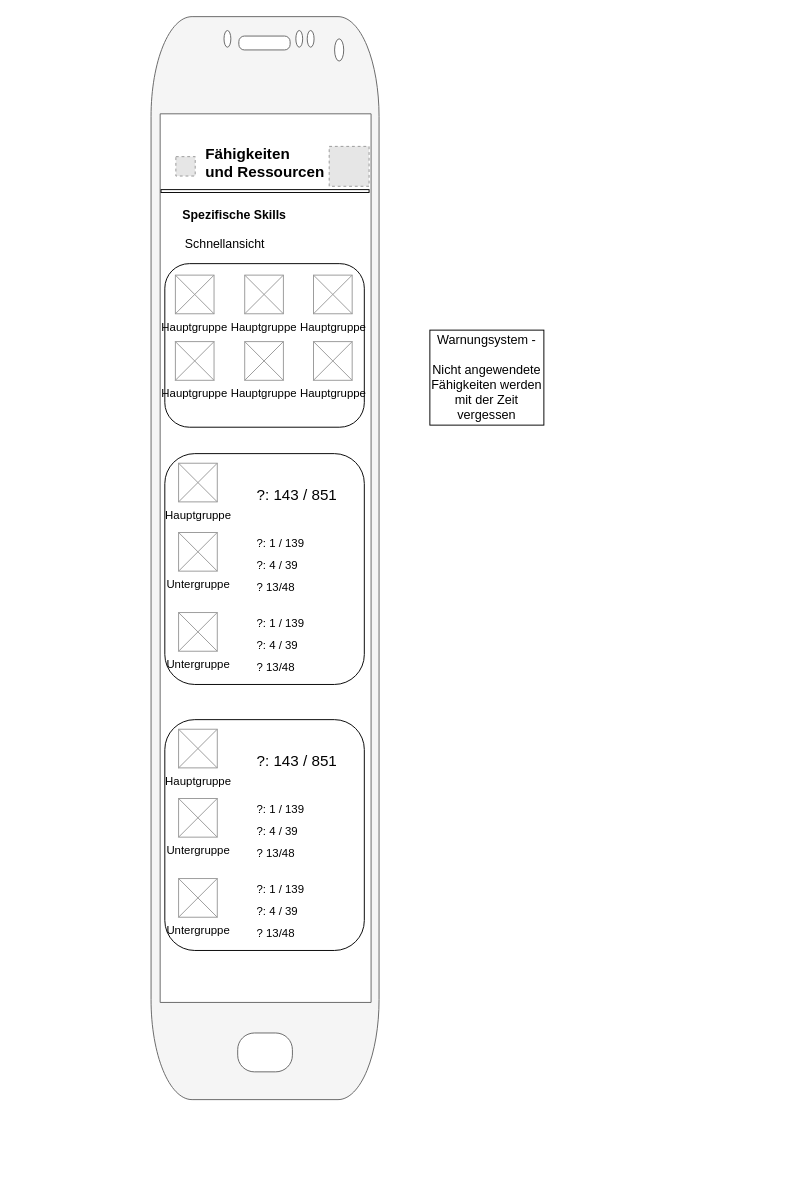
Earlier version of the draw.io diagram Projektplanung/2. Wireframes/5.5.2. Fähigkeiten und Ressourcen - Spezifische Skills.drawio (einholzstuhl/einholzstuhl-Assistant). Source tidied: cells renumbered, new cells numbered last; positions are measured from the earlier drawing's top-left corner, leaving out a move shared by most shapes. Both pictures are drawn from the tidied source at 95%, with x=0, y=0 at pixel (150, 16). Pictures stored in the file or linked from it are replaced by grey dashed boxes.
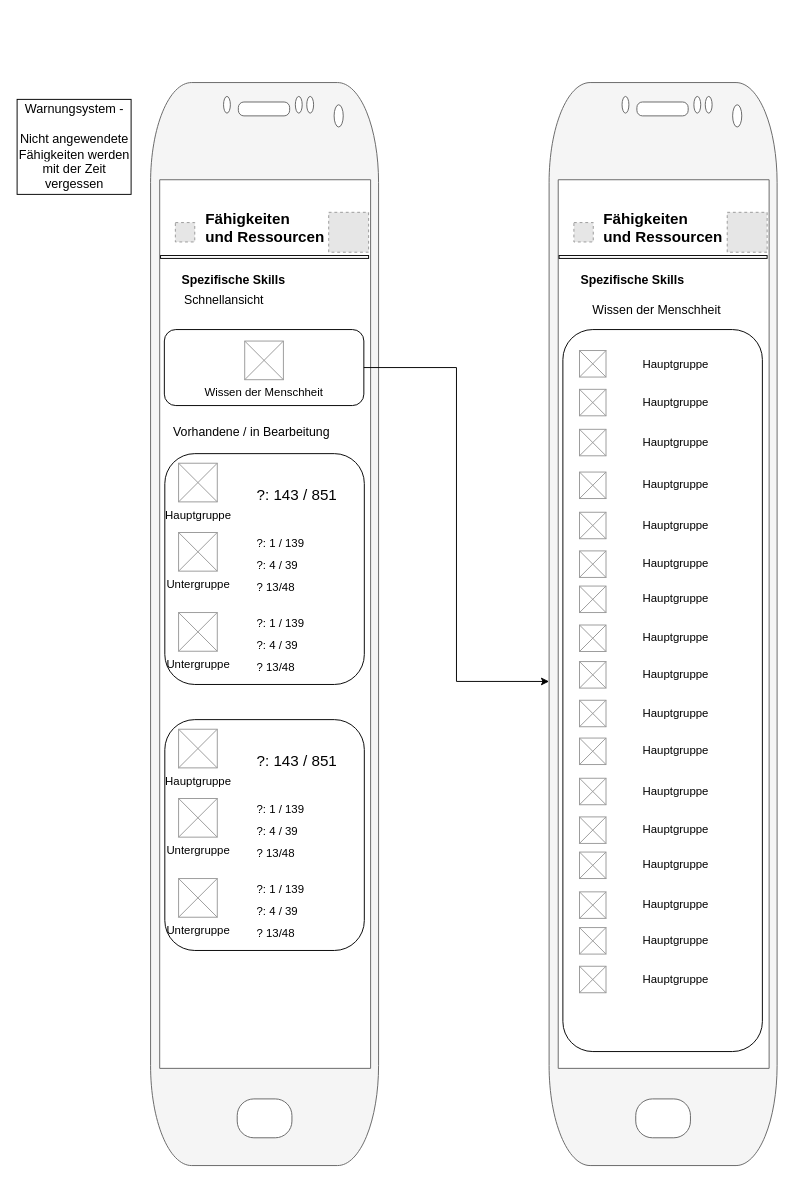
The same page after the edit.

Change to the diagram source:
```diff
@@
     <mxCell id="3" value="&lt;font style=&quot;font-size: 13px&quot; color=&quot;#000000&quot;&gt;Spezifische Skills&lt;/font&gt;" style="text;html=1;strokeColor=none;fillColor=none;align=center;verticalAlign=middle;whiteSpace=wrap;rounded=0;shadow=0;comic=0;fontSize=13;fontColor=#737373;fontStyle=1;" parent="1" vertex="1">
-      <mxGeometry x="26.6" y="199.1" width="123.4" height="17.9" as="geometry" />
+      <mxGeometry x="26.1" y="268.5" width="123.4" height="17.9" as="geometry" />
     </mxCell>
@@
     <mxCell id="5" style="verticalLabelPosition=bottom;verticalAlign=top;html=1;shadow=0;dashed=0;strokeWidth=1;shape=mxgraph.android.phone2;strokeColor=#666666;fillColor=#f5f5f5;fontColor=#333333;" parent="1" vertex="1">
-      <mxGeometry x="0.5" width="240" height="1140" as="geometry" />
+      <mxGeometry y="69.4" width="240" height="1140" as="geometry" />
     </mxCell>
     <mxCell id="6" style="fillColor=#E6E6E6;strokeColor=#999999;dashed=1;html=1;verticalAlign=top;verticalLabelPosition=bottom;labelBackgroundColor=#ffffff;" parent="1" vertex="1">
-      <mxGeometry x="26.6" y="147.4" width="20.4" height="20.4" as="geometry" />
+      <mxGeometry x="26.1" y="216.8" width="20.4" height="20.4" as="geometry" />
     </mxCell>
     <mxCell id="7" value="&lt;b style=&quot;text-align: center&quot;&gt;&lt;font style=&quot;font-size: 16px&quot;&gt;Fähigkeiten&amp;nbsp;&lt;br&gt;und Ressourcen&lt;/font&gt;&lt;/b&gt;" style="text;html=1;" parent="1" vertex="1">
-      <mxGeometry x="56.3" y="127.7" width="127.4" height="40" as="geometry" />
+      <mxGeometry x="55.8" y="197.1" width="127.4" height="40" as="geometry" />
     </mxCell>
     <mxCell id="8" style="rounded=0;whiteSpace=wrap;html=1;fillColor=#FFFFFF;" parent="1" vertex="1">
-      <mxGeometry x="11" y="182.1" width="219" height="3" as="geometry" />
+      <mxGeometry x="10.5" y="251.5" width="219" height="3" as="geometry" />
     </mxCell>
@@
     <mxCell id="10" style="fillColor=#E6E6E6;strokeColor=#999999;dashed=1;html=1;verticalAlign=top;verticalLabelPosition=bottom;labelBackgroundColor=#ffffff;" parent="1" vertex="1">
-      <mxGeometry x="188" y="136.6" width="42" height="42" as="geometry" />
+      <mxGeometry x="187.5" y="206" width="42" height="42" as="geometry" />
     </mxCell>
@@
+    <mxCell id="31" style="edgeStyle=orthogonalEdgeStyle;rounded=0;jettySize=auto;html=1;entryX=0;entryY=0.553;entryDx=0;entryDy=0;entryPerimeter=0;" parent="1" edge="1" source="14" target="33">
+      <mxGeometry relative="1" as="geometry" />
+    </mxCell>
     <mxCell id="14" style="rounded=1;whiteSpace=wrap;html=1;fillColor=none;" parent="1" vertex="1">
-      <mxGeometry x="15" y="260" width="210" height="172.2" as="geometry" />
+      <mxGeometry x="14.5" y="329.4" width="210" height="80" as="geometry" />
     </mxCell>
-    <mxCell id="15" value="Hauptgruppe" style="verticalLabelPosition=bottom;shadow=0;dashed=0;align=center;html=1;verticalAlign=top;strokeWidth=1;shape=mxgraph.mockup.graphics.simpleIcon;strokeColor=#999999;fillColor=#FFFFFF;fontSize=12;" parent="1" vertex="1">
-      <mxGeometry x="26.1" y="272.1" width="40.7" height="40.7" as="geometry" />
-    </mxCell>
-    <mxCell id="16" value="Hauptgruppe" style="verticalLabelPosition=bottom;shadow=0;dashed=0;align=center;html=1;verticalAlign=top;strokeWidth=1;shape=mxgraph.mockup.graphics.simpleIcon;strokeColor=#999999;fillColor=#FFFFFF;fontSize=12;" parent="1" vertex="1">
-      <mxGeometry x="99.1" y="272.1" width="40.7" height="40.7" as="geometry" />
+    <mxCell id="16" value="Wissen der Menschheit" style="verticalLabelPosition=bottom;shadow=0;dashed=0;align=center;html=1;verticalAlign=top;strokeWidth=1;shape=mxgraph.mockup.graphics.simpleIcon;strokeColor=#999999;fillColor=#FFFFFF;fontSize=12;" parent="1" vertex="1">
+      <mxGeometry x="99.1" y="341.5" width="40.7" height="40.7" as="geometry" />
     </mxCell>
-    <mxCell id="17" value="Hauptgruppe" style="verticalLabelPosition=bottom;shadow=0;dashed=0;align=center;html=1;verticalAlign=top;strokeWidth=1;shape=mxgraph.mockup.graphics.simpleIcon;strokeColor=#999999;fillColor=#FFFFFF;fontSize=12;" parent="1" vertex="1">
-      <mxGeometry x="171.5" y="272.1" width="40.7" height="40.7" as="geometry" />
-    </mxCell>
-    <mxCell id="18" value="Hauptgruppe" style="verticalLabelPosition=bottom;shadow=0;dashed=0;align=center;html=1;verticalAlign=top;strokeWidth=1;shape=mxgraph.mockup.graphics.simpleIcon;strokeColor=#999999;fillColor=#FFFFFF;fontSize=12;" parent="1" vertex="1">
-      <mxGeometry x="26.1" y="342.1" width="40.7" height="40.7" as="geometry" />
-    </mxCell>
-    <mxCell id="19" value="Hauptgruppe" style="verticalLabelPosition=bottom;shadow=0;dashed=0;align=center;html=1;verticalAlign=top;strokeWidth=1;shape=mxgraph.mockup.graphics.simpleIcon;strokeColor=#999999;fillColor=#FFFFFF;fontSize=12;" parent="1" vertex="1">
-      <mxGeometry x="99.1" y="342.1" width="40.7" height="40.7" as="geometry" />
-    </mxCell>
-    <mxCell id="20" value="Hauptgruppe" style="verticalLabelPosition=bottom;shadow=0;dashed=0;align=center;html=1;verticalAlign=top;strokeWidth=1;shape=mxgraph.mockup.graphics.simpleIcon;strokeColor=#999999;fillColor=#FFFFFF;fontSize=12;" parent="1" vertex="1">
-      <mxGeometry x="171.5" y="342.1" width="40.7" height="40.7" as="geometry" />
-    </mxCell>
     <mxCell id="21" value="&lt;font style=&quot;font-size: 13px ; font-weight: normal&quot; color=&quot;#000000&quot;&gt;Schnellansicht&lt;/font&gt;" style="text;html=1;strokeColor=none;fillColor=none;align=center;verticalAlign=middle;whiteSpace=wrap;rounded=0;shadow=0;comic=0;fontSize=13;fontColor=#737373;fontStyle=1;" parent="1" vertex="1">
-      <mxGeometry x="26.6" y="230" width="103.4" height="17.9" as="geometry" />
+      <mxGeometry x="26.1" y="289.4" width="103.4" height="17.9" as="geometry" />
     </mxCell>
@@
     <mxCell id="30" value="&lt;b style=&quot;font-weight: normal&quot; id=&quot;docs-internal-guid-914080f0-7fff-a035-b39f-3ac5ec78e152&quot;&gt;&lt;span style=&quot;font-size: 10pt ; font-family: &amp;#34;arial&amp;#34; ; color: rgb(0 , 0 , 0) ; background-color: rgb(255 , 255 , 255) ; font-weight: 400 ; font-style: normal ; font-variant: normal ; text-decoration: none ; vertical-align: baseline&quot;&gt;Warnungsystem - &lt;br&gt;&lt;br&gt;Nicht angewendete Fähigkeiten werden mit der Zeit vergessen&lt;/span&gt;&lt;/b&gt;" style="rounded=0;whiteSpace=wrap;html=1;" parent="1" vertex="1">
-      <mxGeometry x="294" y="330" width="120" height="100" as="geometry" />
+      <mxGeometry x="-140.5" y="87.1" width="120" height="100" as="geometry" />
     </mxCell>
+    <mxCell id="32" value="&lt;font style=&quot;font-size: 13px&quot; color=&quot;#000000&quot;&gt;Spezifische Skills&lt;/font&gt;" style="text;html=1;strokeColor=none;fillColor=none;align=center;verticalAlign=middle;whiteSpace=wrap;rounded=0;shadow=0;comic=0;fontSize=13;fontColor=#737373;fontStyle=1;" parent="1" vertex="1">
+      <mxGeometry x="445.6" y="268.5" width="123.4" height="17.9" as="geometry" />
+    </mxCell>
+    <mxCell id="33" style="verticalLabelPosition=bottom;verticalAlign=top;html=1;shadow=0;dashed=0;strokeWidth=1;shape=mxgraph.android.phone2;strokeColor=#666666;fillColor=#f5f5f5;fontColor=#333333;" parent="1" vertex="1">
+      <mxGeometry x="419.5" y="69.4" width="240" height="1140" as="geometry" />
+    </mxCell>
+    <mxCell id="34" style="fillColor=#E6E6E6;strokeColor=#999999;dashed=1;html=1;verticalAlign=top;verticalLabelPosition=bottom;labelBackgroundColor=#ffffff;" parent="1" vertex="1">
+      <mxGeometry x="445.6" y="216.8" width="20.4" height="20.4" as="geometry" />
+    </mxCell>
+    <mxCell id="35" value="&lt;b style=&quot;text-align: center&quot;&gt;&lt;font style=&quot;font-size: 16px&quot;&gt;Fähigkeiten&amp;nbsp;&lt;br&gt;und Ressourcen&lt;/font&gt;&lt;/b&gt;" style="text;html=1;" parent="1" vertex="1">
+      <mxGeometry x="475.3" y="197.1" width="127.4" height="40" as="geometry" />
+    </mxCell>
+    <mxCell id="36" style="rounded=0;whiteSpace=wrap;html=1;fillColor=#FFFFFF;" parent="1" vertex="1">
+      <mxGeometry x="430" y="251.5" width="219" height="3" as="geometry" />
+    </mxCell>
+    <mxCell id="37" style="fillColor=#E6E6E6;strokeColor=#999999;dashed=1;html=1;verticalAlign=top;verticalLabelPosition=bottom;labelBackgroundColor=#ffffff;" parent="1" vertex="1">
+      <mxGeometry x="607" y="206" width="42" height="42" as="geometry" />
+    </mxCell>
+    <mxCell id="38" style="rounded=1;whiteSpace=wrap;html=1;fillColor=none;" parent="1" vertex="1">
+      <mxGeometry x="434" y="329.4" width="210" height="760" as="geometry" />
+    </mxCell>
+    <mxCell id="39" style="verticalLabelPosition=bottom;shadow=0;dashed=0;align=center;html=1;verticalAlign=top;strokeWidth=1;shape=mxgraph.mockup.graphics.simpleIcon;strokeColor=#999999;fillColor=#FFFFFF;fontSize=12;" parent="1" vertex="1">
+      <mxGeometry x="451.5" y="351.5" width="27.9" height="27.9" as="geometry" />
+    </mxCell>
+    <mxCell id="40" value="&lt;font style=&quot;font-size: 13px ; font-weight: normal&quot; color=&quot;#000000&quot;&gt;Wissen der Menschheit&lt;/font&gt;" style="text;html=1;strokeColor=none;fillColor=none;align=center;verticalAlign=middle;whiteSpace=wrap;rounded=0;shadow=0;comic=0;fontSize=13;fontColor=#737373;fontStyle=1;" parent="1" vertex="1">
+      <mxGeometry x="445.6" y="299.4" width="173.9" height="17.9" as="geometry" />
+    </mxCell>
+    <mxCell id="41" value="Hauptgruppe" style="text;html=1;strokeColor=none;fillColor=none;align=center;verticalAlign=middle;whiteSpace=wrap;rounded=0;" parent="1" vertex="1">
+      <mxGeometry x="502.7" y="355.5" width="100" height="20" as="geometry" />
+    </mxCell>
+    <mxCell id="42" style="verticalLabelPosition=bottom;shadow=0;dashed=0;align=center;html=1;verticalAlign=top;strokeWidth=1;shape=mxgraph.mockup.graphics.simpleIcon;strokeColor=#999999;fillColor=#FFFFFF;fontSize=12;" parent="1" vertex="1">
+      <mxGeometry x="451.5" y="392.3" width="27.9" height="27.9" as="geometry" />
+    </mxCell>
+    <mxCell id="43" value="Hauptgruppe" style="text;html=1;strokeColor=none;fillColor=none;align=center;verticalAlign=middle;whiteSpace=wrap;rounded=0;" parent="1" vertex="1">
+      <mxGeometry x="502.7" y="396.2" width="100" height="20" as="geometry" />
+    </mxCell>
+    <mxCell id="44" style="verticalLabelPosition=bottom;shadow=0;dashed=0;align=center;html=1;verticalAlign=top;strokeWidth=1;shape=mxgraph.mockup.graphics.simpleIcon;strokeColor=#999999;fillColor=#FFFFFF;fontSize=12;" parent="1" vertex="1">
+      <mxGeometry x="451.5" y="434.4" width="27.9" height="27.9" as="geometry" />
+    </mxCell>
+    <mxCell id="45" value="Hauptgruppe" style="text;html=1;strokeColor=none;fillColor=none;align=center;verticalAlign=middle;whiteSpace=wrap;rounded=0;" parent="1" vertex="1">
+      <mxGeometry x="502.7" y="438.3" width="100" height="20" as="geometry" />
+    </mxCell>
+    <mxCell id="46" style="verticalLabelPosition=bottom;shadow=0;dashed=0;align=center;html=1;verticalAlign=top;strokeWidth=1;shape=mxgraph.mockup.graphics.simpleIcon;strokeColor=#999999;fillColor=#FFFFFF;fontSize=12;" parent="1" vertex="1">
+      <mxGeometry x="451.5" y="479.4" width="27.9" height="27.9" as="geometry" />
+    </mxCell>
+    <mxCell id="47" value="Hauptgruppe" style="text;html=1;strokeColor=none;fillColor=none;align=center;verticalAlign=middle;whiteSpace=wrap;rounded=0;" parent="1" vertex="1">
+      <mxGeometry x="502.7" y="483.3" width="100" height="20" as="geometry" />
+    </mxCell>
+    <mxCell id="48" style="verticalLabelPosition=bottom;shadow=0;dashed=0;align=center;html=1;verticalAlign=top;strokeWidth=1;shape=mxgraph.mockup.graphics.simpleIcon;strokeColor=#999999;fillColor=#FFFFFF;fontSize=12;" parent="1" vertex="1">
+      <mxGeometry x="451.5" y="521.7" width="27.9" height="27.9" as="geometry" />
+    </mxCell>
+    <mxCell id="49" value="Hauptgruppe" style="text;html=1;strokeColor=none;fillColor=none;align=center;verticalAlign=middle;whiteSpace=wrap;rounded=0;" parent="1" vertex="1">
+      <mxGeometry x="502.7" y="525.6" width="100" height="20" as="geometry" />
+    </mxCell>
+    <mxCell id="50" style="verticalLabelPosition=bottom;shadow=0;dashed=0;align=center;html=1;verticalAlign=top;strokeWidth=1;shape=mxgraph.mockup.graphics.simpleIcon;strokeColor=#999999;fillColor=#FFFFFF;fontSize=12;" parent="1" vertex="1">
+      <mxGeometry x="451.5" y="562.4" width="27.9" height="27.9" as="geometry" />
+    </mxCell>
+    <mxCell id="51" value="Hauptgruppe" style="text;html=1;strokeColor=none;fillColor=none;align=center;verticalAlign=middle;whiteSpace=wrap;rounded=0;" parent="1" vertex="1">
+      <mxGeometry x="502.7" y="566.3" width="100" height="20" as="geometry" />
+    </mxCell>
+    <mxCell id="52" style="verticalLabelPosition=bottom;shadow=0;dashed=0;align=center;html=1;verticalAlign=top;strokeWidth=1;shape=mxgraph.mockup.graphics.simpleIcon;strokeColor=#999999;fillColor=#FFFFFF;fontSize=12;" parent="1" vertex="1">
+      <mxGeometry x="451.5" y="599.4" width="27.9" height="27.9" as="geometry" />
+    </mxCell>
+    <mxCell id="53" value="Hauptgruppe" style="text;html=1;strokeColor=none;fillColor=none;align=center;verticalAlign=middle;whiteSpace=wrap;rounded=0;" parent="1" vertex="1">
+      <mxGeometry x="502.7" y="603.3" width="100" height="20" as="geometry" />
+    </mxCell>
+    <mxCell id="54" style="verticalLabelPosition=bottom;shadow=0;dashed=0;align=center;html=1;verticalAlign=top;strokeWidth=1;shape=mxgraph.mockup.graphics.simpleIcon;strokeColor=#999999;fillColor=#FFFFFF;fontSize=12;" parent="1" vertex="1">
+      <mxGeometry x="451.5" y="640.4" width="27.9" height="27.9" as="geometry" />
+    </mxCell>
+    <mxCell id="55" value="Hauptgruppe" style="text;html=1;strokeColor=none;fillColor=none;align=center;verticalAlign=middle;whiteSpace=wrap;rounded=0;" parent="1" vertex="1">
+      <mxGeometry x="502.7" y="644.3" width="100" height="20" as="geometry" />
+    </mxCell>
+    <mxCell id="56" style="verticalLabelPosition=bottom;shadow=0;dashed=0;align=center;html=1;verticalAlign=top;strokeWidth=1;shape=mxgraph.mockup.graphics.simpleIcon;strokeColor=#999999;fillColor=#FFFFFF;fontSize=12;" parent="1" vertex="1">
+      <mxGeometry x="451.5" y="678.9" width="27.9" height="27.9" as="geometry" />
+    </mxCell>
+    <mxCell id="57" value="Hauptgruppe" style="text;html=1;strokeColor=none;fillColor=none;align=center;verticalAlign=middle;whiteSpace=wrap;rounded=0;" parent="1" vertex="1">
+      <mxGeometry x="502.7" y="682.8" width="100" height="20" as="geometry" />
+    </mxCell>
+    <mxCell id="58" style="verticalLabelPosition=bottom;shadow=0;dashed=0;align=center;html=1;verticalAlign=top;strokeWidth=1;shape=mxgraph.mockup.graphics.simpleIcon;strokeColor=#999999;fillColor=#FFFFFF;fontSize=12;" parent="1" vertex="1">
+      <mxGeometry x="451.5" y="719.6" width="27.9" height="27.9" as="geometry" />
+    </mxCell>
+    <mxCell id="59" value="Hauptgruppe" style="text;html=1;strokeColor=none;fillColor=none;align=center;verticalAlign=middle;whiteSpace=wrap;rounded=0;" parent="1" vertex="1">
+      <mxGeometry x="502.7" y="723.5" width="100" height="20" as="geometry" />
+    </mxCell>
+    <mxCell id="60" style="verticalLabelPosition=bottom;shadow=0;dashed=0;align=center;html=1;verticalAlign=top;strokeWidth=1;shape=mxgraph.mockup.graphics.simpleIcon;strokeColor=#999999;fillColor=#FFFFFF;fontSize=12;" parent="1" vertex="1">
+      <mxGeometry x="451.5" y="759.4" width="27.9" height="27.9" as="geometry" />
+    </mxCell>
+    <mxCell id="61" value="Hauptgruppe" style="text;html=1;strokeColor=none;fillColor=none;align=center;verticalAlign=middle;whiteSpace=wrap;rounded=0;" parent="1" vertex="1">
+      <mxGeometry x="502.7" y="763.3" width="100" height="20" as="geometry" />
+    </mxCell>
+    <mxCell id="62" style="verticalLabelPosition=bottom;shadow=0;dashed=0;align=center;html=1;verticalAlign=top;strokeWidth=1;shape=mxgraph.mockup.graphics.simpleIcon;strokeColor=#999999;fillColor=#FFFFFF;fontSize=12;" parent="1" vertex="1">
+      <mxGeometry x="451.5" y="801.7" width="27.9" height="27.9" as="geometry" />
+    </mxCell>
+    <mxCell id="63" value="Hauptgruppe" style="text;html=1;strokeColor=none;fillColor=none;align=center;verticalAlign=middle;whiteSpace=wrap;rounded=0;" parent="1" vertex="1">
+      <mxGeometry x="502.7" y="805.6" width="100" height="20" as="geometry" />
+    </mxCell>
+    <mxCell id="64" style="verticalLabelPosition=bottom;shadow=0;dashed=0;align=center;html=1;verticalAlign=top;strokeWidth=1;shape=mxgraph.mockup.graphics.simpleIcon;strokeColor=#999999;fillColor=#FFFFFF;fontSize=12;" parent="1" vertex="1">
+      <mxGeometry x="451.5" y="842.4" width="27.9" height="27.9" as="geometry" />
+    </mxCell>
+    <mxCell id="65" value="Hauptgruppe" style="text;html=1;strokeColor=none;fillColor=none;align=center;verticalAlign=middle;whiteSpace=wrap;rounded=0;" parent="1" vertex="1">
+      <mxGeometry x="502.7" y="846.3" width="100" height="20" as="geometry" />
+    </mxCell>
+    <mxCell id="66" style="verticalLabelPosition=bottom;shadow=0;dashed=0;align=center;html=1;verticalAlign=top;strokeWidth=1;shape=mxgraph.mockup.graphics.simpleIcon;strokeColor=#999999;fillColor=#FFFFFF;fontSize=12;" parent="1" vertex="1">
+      <mxGeometry x="451.5" y="879.4" width="27.9" height="27.9" as="geometry" />
+    </mxCell>
+    <mxCell id="67" value="Hauptgruppe" style="text;html=1;strokeColor=none;fillColor=none;align=center;verticalAlign=middle;whiteSpace=wrap;rounded=0;" parent="1" vertex="1">
+      <mxGeometry x="502.7" y="883.3" width="100" height="20" as="geometry" />
+    </mxCell>
+    <mxCell id="68" style="verticalLabelPosition=bottom;shadow=0;dashed=0;align=center;html=1;verticalAlign=top;strokeWidth=1;shape=mxgraph.mockup.graphics.simpleIcon;strokeColor=#999999;fillColor=#FFFFFF;fontSize=12;" parent="1" vertex="1">
+      <mxGeometry x="451.5" y="921.3" width="27.9" height="27.9" as="geometry" />
+    </mxCell>
+    <mxCell id="69" value="Hauptgruppe" style="text;html=1;strokeColor=none;fillColor=none;align=center;verticalAlign=middle;whiteSpace=wrap;rounded=0;" parent="1" vertex="1">
+      <mxGeometry x="502.7" y="925.2" width="100" height="20" as="geometry" />
+    </mxCell>
+    <mxCell id="70" style="verticalLabelPosition=bottom;shadow=0;dashed=0;align=center;html=1;verticalAlign=top;strokeWidth=1;shape=mxgraph.mockup.graphics.simpleIcon;strokeColor=#999999;fillColor=#FFFFFF;fontSize=12;" parent="1" vertex="1">
+      <mxGeometry x="451.5" y="958.9" width="27.9" height="27.9" as="geometry" />
+    </mxCell>
+    <mxCell id="71" value="Hauptgruppe" style="text;html=1;strokeColor=none;fillColor=none;align=center;verticalAlign=middle;whiteSpace=wrap;rounded=0;" parent="1" vertex="1">
+      <mxGeometry x="502.7" y="962.8" width="100" height="20" as="geometry" />
+    </mxCell>
+    <mxCell id="72" style="verticalLabelPosition=bottom;shadow=0;dashed=0;align=center;html=1;verticalAlign=top;strokeWidth=1;shape=mxgraph.mockup.graphics.simpleIcon;strokeColor=#999999;fillColor=#FFFFFF;fontSize=12;" parent="1" vertex="1">
+      <mxGeometry x="451.5" y="999.6" width="27.9" height="27.9" as="geometry" />
+    </mxCell>
+    <mxCell id="73" value="Hauptgruppe" style="text;html=1;strokeColor=none;fillColor=none;align=center;verticalAlign=middle;whiteSpace=wrap;rounded=0;" parent="1" vertex="1">
+      <mxGeometry x="502.7" y="1003.5" width="100" height="20" as="geometry" />
+    </mxCell>
+    <mxCell id="74" value="&lt;font style=&quot;font-size: 13px ; font-weight: normal&quot; color=&quot;#000000&quot;&gt;Vorhandene / in Bearbeitung&lt;/font&gt;" style="text;html=1;strokeColor=none;fillColor=none;align=center;verticalAlign=middle;whiteSpace=wrap;rounded=0;shadow=0;comic=0;fontSize=13;fontColor=#737373;fontStyle=1;" parent="1" vertex="1">
+      <mxGeometry x="15" y="428.3" width="183.4" height="17.9" as="geometry" />
+    </mxCell>
```
